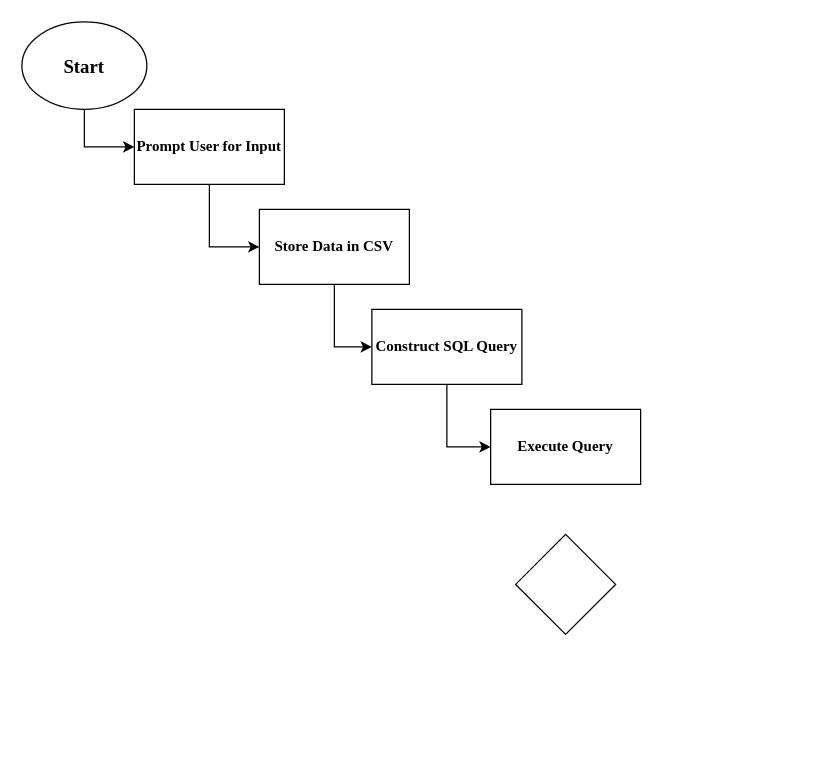
Aysheh04/exercise2021 keeps this draw.io diagram as matrixnumber/Untitled Diagram.drawio. Above is the earlier version. Source tidied: cells renumbered, new cells numbered last; positions are measured from the earlier drawing's top-left corner, leaving out a move shared by most shapes. Both pictures are drawn from the tidied source at 125%, with x=0, y=0 at pixel (21, 21).
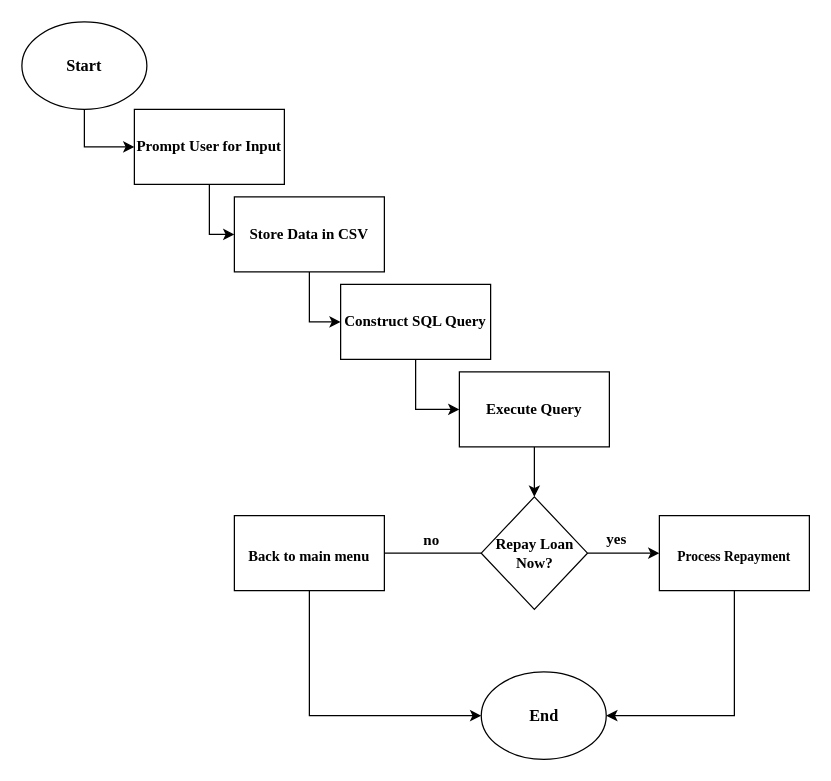
After the change.

The edit, as a diff of the source:
```diff
@@
-    <mxCell id="3" value="&lt;font style=&quot;font-size: 15px;&quot;&gt;&lt;b&gt;&lt;font face=&quot;Times New Roman&quot;&gt;Start&lt;/font&gt;&lt;/b&gt;&lt;/font&gt;" style="ellipse;whiteSpace=wrap;html=1;" parent="1" vertex="1">
+    <mxCell id="3" value="&lt;font style=&quot;font-size: 13px;&quot;&gt;&lt;b&gt;&lt;font face=&quot;Times New Roman&quot;&gt;Start&lt;/font&gt;&lt;/b&gt;&lt;/font&gt;" style="ellipse;whiteSpace=wrap;html=1;" parent="1" vertex="1">
       <mxGeometry width="100" height="70" as="geometry" />
     </mxCell>
@@
     <mxCell id="7" value="&lt;b&gt;&lt;font face=&quot;Times New Roman&quot;&gt;Store Data in CSV&lt;/font&gt;&lt;/b&gt;" style="rounded=0;whiteSpace=wrap;html=1;" parent="1" vertex="1">
-      <mxGeometry x="190" y="150" width="120" height="60" as="geometry" />
+      <mxGeometry x="170" y="140" width="120" height="60" as="geometry" />
     </mxCell>
@@
     <mxCell id="9" value="&lt;b&gt;&lt;font face=&quot;Times New Roman&quot;&gt;Construct SQL Query&lt;/font&gt;&lt;/b&gt;" style="rounded=0;whiteSpace=wrap;html=1;" parent="1" vertex="1">
-      <mxGeometry x="280" y="230" width="120" height="60" as="geometry" />
+      <mxGeometry x="255" y="210" width="120" height="60" as="geometry" />
     </mxCell>
+    <mxCell id="12" style="edgeStyle=orthogonalEdgeStyle;rounded=0;jettySize=auto;html=1;exitX=0.5;exitY=1;exitDx=0;exitDy=0;entryX=0.5;entryY=0;entryDx=0;entryDy=0;" parent="1" edge="1" source="10" target="11">
+      <mxGeometry relative="1" as="geometry" />
+    </mxCell>
     <mxCell id="10" value="&lt;b&gt;&lt;font face=&quot;Times New Roman&quot;&gt;Execute Query&lt;/font&gt;&lt;/b&gt;" style="rounded=0;whiteSpace=wrap;html=1;" parent="1" vertex="1">
-      <mxGeometry x="375" y="310" width="120" height="60" as="geometry" />
+      <mxGeometry x="350" y="280" width="120" height="60" as="geometry" />
     </mxCell>
+    <mxCell id="13" style="edgeStyle=orthogonalEdgeStyle;rounded=0;jettySize=auto;html=1;exitX=1;exitY=0.5;exitDx=0;exitDy=0;" parent="1" edge="1" source="11">
+      <mxGeometry relative="1" as="geometry">
+        <mxPoint x="510" y="425" as="targetPoint" />
+      </mxGeometry>
+    </mxCell>
+    <mxCell id="14" style="edgeStyle=orthogonalEdgeStyle;rounded=0;jettySize=auto;html=1;exitX=0;exitY=0.5;exitDx=0;exitDy=0;" parent="1" edge="1" source="11">
+      <mxGeometry relative="1" as="geometry">
+        <mxPoint x="280" y="425" as="targetPoint" />
+      </mxGeometry>
+    </mxCell>
-    <mxCell id="11" style="rhombus;whiteSpace=wrap;html=1;" parent="1" vertex="1">
-      <mxGeometry x="395" y="410" width="80" height="80" as="geometry" />
+    <mxCell id="11" value="&lt;br&gt;&lt;b&gt;&lt;font face=&quot;Times New Roman&quot;&gt;Repay Loan Now?&lt;/font&gt;&lt;/b&gt;&lt;div&gt;&lt;br/&gt;&lt;/div&gt;" style="rhombus;whiteSpace=wrap;html=1;" parent="1" vertex="1">
+      <mxGeometry x="367.5" y="380" width="85" height="90" as="geometry" />
     </mxCell>
+    <mxCell id="15" style="edgeStyle=orthogonalEdgeStyle;rounded=0;jettySize=auto;html=1;exitX=0.5;exitY=1;exitDx=0;exitDy=0;entryX=1;entryY=0.5;entryDx=0;entryDy=0;" parent="1" edge="1" source="16" target="19">
+      <mxGeometry relative="1" as="geometry" />
+    </mxCell>
+    <mxCell id="16" value="&lt;font style=&quot;font-size: 13px;&quot;&gt;&lt;b&gt;&lt;font face=&quot;Times New Roman&quot;&gt;&lt;sub&gt;Process Repayment&lt;/sub&gt;&lt;/font&gt;&lt;/b&gt;&lt;/font&gt;" style="rounded=0;whiteSpace=wrap;html=1;" parent="1" vertex="1">
+      <mxGeometry x="510" y="395" width="120" height="60" as="geometry" />
+    </mxCell>
+    <mxCell id="17" style="edgeStyle=orthogonalEdgeStyle;rounded=0;jettySize=auto;html=1;exitX=0.5;exitY=1;exitDx=0;exitDy=0;entryX=0;entryY=0.5;entryDx=0;entryDy=0;" parent="1" edge="1" source="18" target="19">
+      <mxGeometry relative="1" as="geometry" />
+    </mxCell>
+    <mxCell id="18" value="&lt;font style=&quot;font-size: 14px;&quot; face=&quot;Times New Roman&quot;&gt;&lt;b&gt;&lt;sub&gt;Back to main menu &lt;br&gt;&lt;/sub&gt;&lt;/b&gt;&lt;/font&gt;" style="rounded=0;whiteSpace=wrap;html=1;" parent="1" vertex="1">
+      <mxGeometry x="170" y="395" width="120" height="60" as="geometry" />
+    </mxCell>
+    <mxCell id="19" value="&lt;font style=&quot;font-size: 13px;&quot; face=&quot;Times New Roman&quot;&gt;&lt;b&gt;End &lt;br&gt;&lt;/b&gt;&lt;/font&gt;" style="ellipse;whiteSpace=wrap;html=1;" parent="1" vertex="1">
+      <mxGeometry x="367.5" y="520" width="100" height="70" as="geometry" />
+    </mxCell>
+    <mxCell id="20" value="&lt;b&gt;&lt;font face=&quot;Times New Roman&quot;&gt;yes&lt;/font&gt;&lt;/b&gt;" style="text;html=1;align=center;verticalAlign=middle;whiteSpace=wrap;rounded=0;" parent="1" vertex="1">
+      <mxGeometry x="446" y="399" width="60" height="30" as="geometry" />
+    </mxCell>
+    <mxCell id="21" value="&lt;font face=&quot;Times New Roman&quot;&gt;&lt;b&gt;no&lt;/b&gt;&lt;/font&gt;" style="text;html=1;align=center;verticalAlign=middle;whiteSpace=wrap;rounded=0;" parent="1" vertex="1">
+      <mxGeometry x="298" y="400" width="60" height="30" as="geometry" />
+    </mxCell>
```
